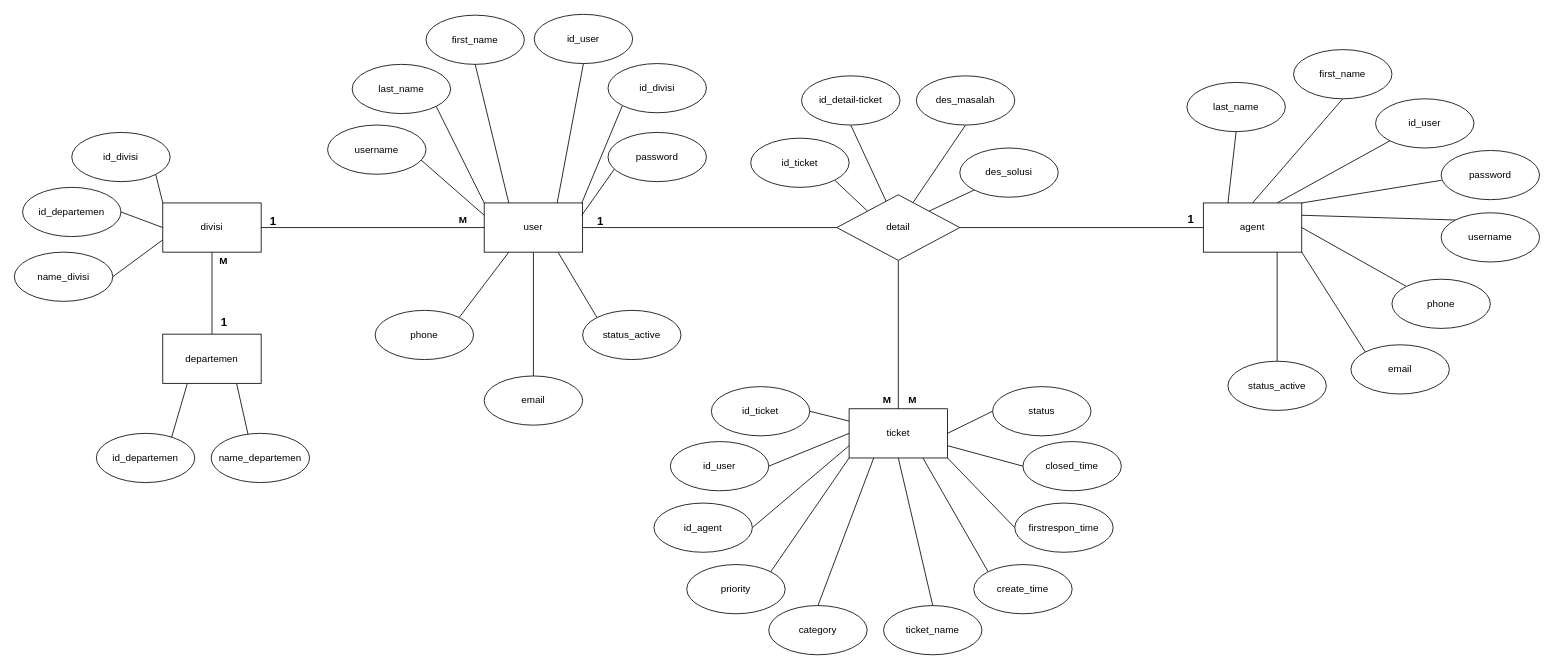
This is skripsi-erd.drawio from raflialkindhi/graph-save, a draw.io file, before an edit. Source tidied: cells renumbered, new cells numbered last; positions are measured from the earlier drawing's top-left corner, leaving out a move shared by most shapes. Both pictures are drawn from the tidied source at 82%, with x=0, y=0 at pixel (14, 14).
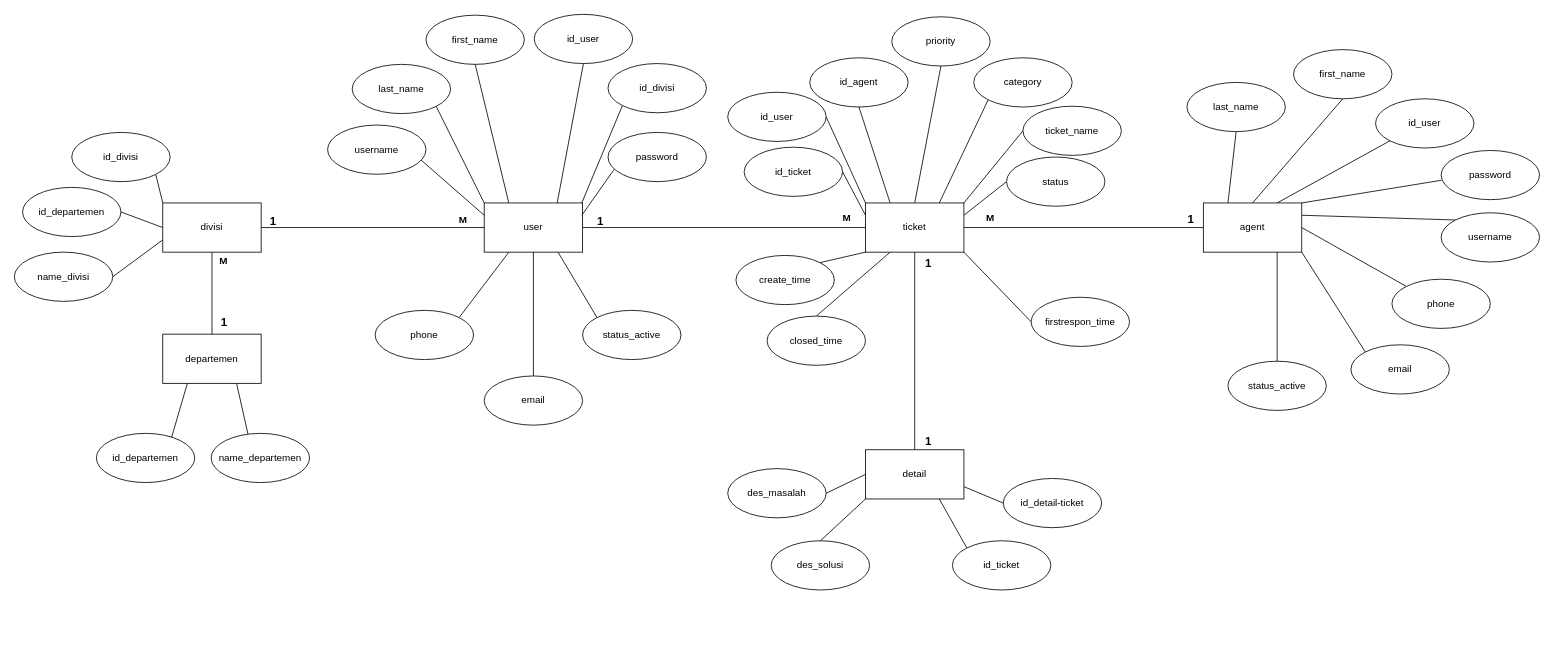
Above is the later version.

The change refers to these unchanged cells:
```xml
<mxCell id="9" value="user" style="rounded=0;whiteSpace=wrap;html=1;" parent="1" vertex="1">
  <mxGeometry x="573" y="230" width="120" height="60" as="geometry" />
</mxCell>
<mxCell id="69" value="agent" style="rounded=0;whiteSpace=wrap;html=1;" parent="1" vertex="1">
  <mxGeometry x="1450" y="230" width="120" height="60" as="geometry" />
</mxCell>
```

What changed in the source:
```diff
@@
-    <mxCell id="5" style="rounded=0;jettySize=auto;html=1;exitX=1;exitY=0.5;exitDx=0;exitDy=0;entryX=0;entryY=0.5;entryDx=0;entryDy=0;endArrow=none;endFill=0;" parent="1" edge="1" source="9" target="46">
+    <mxCell id="5" style="rounded=0;jettySize=auto;html=1;exitX=1;exitY=0.5;exitDx=0;exitDy=0;entryX=0;entryY=0.5;entryDx=0;entryDy=0;endArrow=none;endFill=0;" parent="1" edge="1" source="9" target="20">
       <mxGeometry relative="1" as="geometry" />
     </mxCell>
@@
-    <mxCell id="11" style="rounded=0;jettySize=auto;html=1;exitX=0;exitY=0.5;exitDx=0;exitDy=0;entryX=1;entryY=0.5;entryDx=0;entryDy=0;endArrow=none;endFill=0;" parent="1" edge="1" source="20" target="82">
+    <mxCell id="11" style="rounded=0;jettySize=auto;html=1;exitX=0;exitY=0;exitDx=0;exitDy=0;entryX=1;entryY=0.5;entryDx=0;entryDy=0;endArrow=none;endFill=0;" parent="1" edge="1" source="20" target="82">
       <mxGeometry relative="1" as="geometry" />
     </mxCell>
-    <mxCell id="12" style="rounded=0;jettySize=auto;html=1;exitX=0;exitY=0.75;exitDx=0;exitDy=0;entryX=1;entryY=0.5;entryDx=0;entryDy=0;endArrow=none;endFill=0;" parent="1" edge="1" source="20" target="83">
+    <mxCell id="12" style="rounded=0;jettySize=auto;html=1;exitX=0.25;exitY=0;exitDx=0;exitDy=0;entryX=0.5;entryY=1;entryDx=0;entryDy=0;endArrow=none;endFill=0;" parent="1" edge="1" source="20" target="83">
       <mxGeometry relative="1" as="geometry" />
     </mxCell>
-    <mxCell id="13" style="rounded=0;jettySize=auto;html=1;exitX=0;exitY=1;exitDx=0;exitDy=0;entryX=1;entryY=0;entryDx=0;entryDy=0;endArrow=none;endFill=0;" parent="1" edge="1" source="20" target="86">
+    <mxCell id="13" style="rounded=0;jettySize=auto;html=1;exitX=0.5;exitY=0;exitDx=0;exitDy=0;entryX=0.5;entryY=1;entryDx=0;entryDy=0;endArrow=none;endFill=0;" parent="1" edge="1" source="20" target="86">
       <mxGeometry relative="1" as="geometry" />
     </mxCell>
-    <mxCell id="14" style="rounded=0;jettySize=auto;html=1;exitX=0.25;exitY=1;exitDx=0;exitDy=0;entryX=0.5;entryY=0;entryDx=0;entryDy=0;endArrow=none;endFill=0;" parent="1" edge="1" source="20" target="87">
+    <mxCell id="14" style="rounded=0;jettySize=auto;html=1;exitX=0.75;exitY=0;exitDx=0;exitDy=0;entryX=0;entryY=1;entryDx=0;entryDy=0;endArrow=none;endFill=0;" parent="1" edge="1" source="20" target="87">
       <mxGeometry relative="1" as="geometry" />
     </mxCell>
-    <mxCell id="15" style="rounded=0;jettySize=auto;html=1;exitX=0.5;exitY=1;exitDx=0;exitDy=0;entryX=0.5;entryY=0;entryDx=0;entryDy=0;endArrow=none;endFill=0;" parent="1" edge="1" source="20" target="89">
+    <mxCell id="15" style="rounded=0;jettySize=auto;html=1;exitX=1;exitY=0;exitDx=0;exitDy=0;entryX=0;entryY=0.5;entryDx=0;entryDy=0;endArrow=none;endFill=0;" parent="1" edge="1" source="20" target="89">
       <mxGeometry relative="1" as="geometry" />
     </mxCell>
-    <mxCell id="16" style="rounded=0;jettySize=auto;html=1;exitX=0.75;exitY=1;exitDx=0;exitDy=0;entryX=0;entryY=0;entryDx=0;entryDy=0;endArrow=none;endFill=0;" parent="1" edge="1" source="20" target="90">
+    <mxCell id="16" style="rounded=0;jettySize=auto;html=1;exitX=0;exitY=1;exitDx=0;exitDy=0;entryX=1;entryY=0;entryDx=0;entryDy=0;endArrow=none;endFill=0;" parent="1" edge="1" source="20" target="90">
       <mxGeometry relative="1" as="geometry" />
     </mxCell>
@@
-    <mxCell id="18" style="rounded=0;jettySize=auto;html=1;exitX=1;exitY=0.75;exitDx=0;exitDy=0;entryX=0;entryY=0.5;entryDx=0;entryDy=0;endArrow=none;endFill=0;" parent="1" edge="1" source="20" target="92">
+    <mxCell id="18" style="rounded=0;jettySize=auto;html=1;exitX=0.25;exitY=1;exitDx=0;exitDy=0;entryX=0.5;entryY=0;entryDx=0;entryDy=0;endArrow=none;endFill=0;" parent="1" edge="1" source="20" target="92">
       <mxGeometry relative="1" as="geometry" />
     </mxCell>
-    <mxCell id="19" style="rounded=0;jettySize=auto;html=1;exitX=1;exitY=0.5;exitDx=0;exitDy=0;entryX=0;entryY=0.5;entryDx=0;entryDy=0;endArrow=none;endFill=0;" parent="1" edge="1" source="20" target="88">
+    <mxCell id="19" style="rounded=0;jettySize=auto;html=1;exitX=1;exitY=0.25;exitDx=0;exitDy=0;entryX=0;entryY=0.5;entryDx=0;entryDy=0;endArrow=none;endFill=0;" parent="1" edge="1" source="20" target="88">
       <mxGeometry relative="1" as="geometry" />
     </mxCell>
+    <mxCell id="101" style="rounded=0;jettySize=auto;html=1;exitX=0.5;exitY=1;exitDx=0;exitDy=0;entryX=0.5;entryY=0;entryDx=0;entryDy=0;endArrow=none;endFill=0;" parent="1" edge="1" source="20" target="46">
+      <mxGeometry relative="1" as="geometry" />
+    </mxCell>
     <mxCell id="20" value="ticket" style="rounded=0;whiteSpace=wrap;html=1;" parent="1" vertex="1">
-      <mxGeometry x="1018" y="481" width="120" height="60" as="geometry" />
+      <mxGeometry x="1038" y="230" width="120" height="60" as="geometry" />
     </mxCell>
@@
-    <mxCell id="41" style="rounded=0;jettySize=auto;html=1;exitX=1;exitY=0.5;exitDx=0;exitDy=0;entryX=0;entryY=0.5;entryDx=0;entryDy=0;endArrow=none;endFill=0;" parent="1" edge="1" source="46" target="69">
+    <mxCell id="41" style="rounded=0;jettySize=auto;html=1;exitX=1;exitY=0.5;exitDx=0;exitDy=0;entryX=0;entryY=0.5;entryDx=0;entryDy=0;endArrow=none;endFill=0;" parent="1" edge="1" source="20" target="69">
       <mxGeometry relative="1" as="geometry" />
     </mxCell>
-    <mxCell id="42" style="rounded=0;jettySize=auto;html=1;exitX=0.5;exitY=1;exitDx=0;exitDy=0;entryX=0.5;entryY=0;entryDx=0;entryDy=0;endArrow=none;endFill=0;" parent="1" edge="1" source="46" target="20">
-      <mxGeometry relative="1" as="geometry" />
-    </mxCell>
-    <mxCell id="43" style="rounded=0;jettySize=auto;html=1;exitX=0;exitY=0;exitDx=0;exitDy=0;entryX=1;entryY=1;entryDx=0;entryDy=0;endArrow=none;endFill=0;" parent="1" edge="1" source="46" target="70">
-      <mxGeometry relative="1" as="geometry" />
+    <mxCell id="43" style="rounded=0;orthogonalLoop=1;jettySize=auto;html=1;exitX=0;exitY=0;exitDx=0;exitDy=0;entryX=1;entryY=1;entryDx=0;entryDy=0;endArrow=none;endFill=0;" parent="1" edge="1">
+      <mxGeometry relative="1" as="geometry">
+        <mxPoint x="1040.5" y="240" as="sourcePoint" />
+      </mxGeometry>
     </mxCell>
-    <mxCell id="44" style="rounded=0;jettySize=auto;html=1;entryX=0.5;entryY=1;entryDx=0;entryDy=0;endArrow=none;endFill=0;" parent="1" edge="1" source="46" target="71">
-      <mxGeometry relative="1" as="geometry" />
+    <mxCell id="44" style="rounded=0;orthogonalLoop=1;jettySize=auto;html=1;entryX=0.5;entryY=1;entryDx=0;entryDy=0;endArrow=none;endFill=0;" parent="1" edge="1">
+      <mxGeometry relative="1" as="geometry">
+        <mxPoint x="1063.1" y="227.9" as="sourcePoint" />
+      </mxGeometry>
     </mxCell>
-    <mxCell id="45" style="rounded=0;jettySize=auto;html=1;exitX=0.609;exitY=0.149;exitDx=0;exitDy=0;entryX=0.5;entryY=1;entryDx=0;entryDy=0;endArrow=none;endFill=0;exitPerimeter=0;" parent="1" edge="1" source="46" target="72">
-      <mxGeometry relative="1" as="geometry" />
+    <mxCell id="45" style="rounded=0;orthogonalLoop=1;jettySize=auto;html=1;exitX=0.609;exitY=0.149;exitDx=0;exitDy=0;entryX=0.5;entryY=1;entryDx=0;entryDy=0;endArrow=none;endFill=0;exitPerimeter=0;" parent="1" edge="1">
+      <mxGeometry relative="1" as="geometry">
+        <mxPoint x="1094.3" y="231.9" as="sourcePoint" />
+      </mxGeometry>
     </mxCell>
-    <mxCell id="46" value="detail" style="rhombus;whiteSpace=wrap;html=1;" parent="1" vertex="1">
-      <mxGeometry x="1003" y="220" width="150" height="80" as="geometry" />
-    </mxCell>
@@
-    <mxCell id="70" value="id_ticket" style="ellipse;whiteSpace=wrap;html=1;" parent="1" vertex="1">
-      <mxGeometry x="898" y="151" width="120" height="60" as="geometry" />
-    </mxCell>
-    <mxCell id="71" value="id_detail-ticket" style="ellipse;whiteSpace=wrap;html=1;" parent="1" vertex="1">
-      <mxGeometry x="960" y="75" width="120" height="60" as="geometry" />
-    </mxCell>
-    <mxCell id="72" value="des_masalah" style="ellipse;whiteSpace=wrap;html=1;" parent="1" vertex="1">
-      <mxGeometry x="1100" y="75" width="120" height="60" as="geometry" />
-    </mxCell>
@@
     <mxCell id="81" value="id_ticket" style="ellipse;whiteSpace=wrap;html=1;" parent="1" vertex="1">
-      <mxGeometry x="850" y="454" width="120" height="60" as="geometry" />
+      <mxGeometry x="890" y="162" width="120" height="60" as="geometry" />
     </mxCell>
     <mxCell id="82" value="id_user" style="ellipse;whiteSpace=wrap;html=1;" parent="1" vertex="1">
-      <mxGeometry x="800" y="521" width="120" height="60" as="geometry" />
+      <mxGeometry x="870" y="95" width="120" height="60" as="geometry" />
     </mxCell>
     <mxCell id="83" value="id_agent" style="ellipse;whiteSpace=wrap;html=1;" parent="1" vertex="1">
-      <mxGeometry x="780" y="596" width="120" height="60" as="geometry" />
+      <mxGeometry x="970" y="53" width="120" height="60" as="geometry" />
     </mxCell>
-    <mxCell id="84" style="rounded=0;jettySize=auto;html=1;exitX=0;exitY=1;exitDx=0;exitDy=0;entryX=1;entryY=0;entryDx=0;entryDy=0;endArrow=none;endFill=0;" parent="1" edge="1" source="85" target="46">
-      <mxGeometry relative="1" as="geometry" />
+    <mxCell id="84" style="rounded=0;orthogonalLoop=1;jettySize=auto;html=1;exitX=0;exitY=1;exitDx=0;exitDy=0;entryX=1;entryY=0;entryDx=0;entryDy=0;endArrow=none;endFill=0;" parent="1" edge="1">
+      <mxGeometry relative="1" as="geometry">
+        <mxPoint x="1115.5" y="240" as="targetPoint" />
+      </mxGeometry>
     </mxCell>
-    <mxCell id="85" value="des_solusi" style="ellipse;whiteSpace=wrap;html=1;" parent="1" vertex="1">
-      <mxGeometry x="1153" y="163" width="120" height="60" as="geometry" />
-    </mxCell>
     <mxCell id="86" value="priority" style="ellipse;whiteSpace=wrap;html=1;" parent="1" vertex="1">
-      <mxGeometry x="820" y="671" width="120" height="60" as="geometry" />
+      <mxGeometry x="1070" y="3" width="120" height="60" as="geometry" />
     </mxCell>
     <mxCell id="87" value="category" style="ellipse;whiteSpace=wrap;html=1;" parent="1" vertex="1">
-      <mxGeometry x="920" y="721" width="120" height="60" as="geometry" />
+      <mxGeometry x="1170" y="53" width="120" height="60" as="geometry" />
     </mxCell>
     <mxCell id="88" value="status" style="ellipse;whiteSpace=wrap;html=1;" parent="1" vertex="1">
-      <mxGeometry x="1193" y="454" width="120" height="60" as="geometry" />
+      <mxGeometry x="1210" y="174" width="120" height="60" as="geometry" />
     </mxCell>
     <mxCell id="89" value="ticket_name" style="ellipse;whiteSpace=wrap;html=1;" parent="1" vertex="1">
-      <mxGeometry x="1060" y="721" width="120" height="60" as="geometry" />
+      <mxGeometry x="1230" y="112" width="120" height="60" as="geometry" />
     </mxCell>
     <mxCell id="90" value="create_time" style="ellipse;whiteSpace=wrap;html=1;" parent="1" vertex="1">
-      <mxGeometry x="1170" y="671" width="120" height="60" as="geometry" />
+      <mxGeometry x="880" y="294" width="120" height="60" as="geometry" />
     </mxCell>
     <mxCell id="91" value="firstrespon_time" style="ellipse;whiteSpace=wrap;html=1;" parent="1" vertex="1">
-      <mxGeometry x="1220" y="596" width="120" height="60" as="geometry" />
+      <mxGeometry x="1240" y="345" width="120" height="60" as="geometry" />
     </mxCell>
     <mxCell id="92" value="closed_time" style="ellipse;whiteSpace=wrap;html=1;" parent="1" vertex="1">
-      <mxGeometry x="1230" y="521" width="120" height="60" as="geometry" />
+      <mxGeometry x="918" y="368" width="120" height="60" as="geometry" />
     </mxCell>
@@
-    <mxCell id="97" value="&lt;b&gt;M&lt;/b&gt;" style="text;html=1;strokeColor=none;fillColor=none;align=center;verticalAlign=middle;whiteSpace=wrap;rounded=0;" parent="1" vertex="1">
-      <mxGeometry x="1049" y="459" width="31" height="22" as="geometry" />
-    </mxCell>
-    <mxCell id="98" value="&lt;b&gt;M&lt;/b&gt;" style="text;html=1;strokeColor=none;fillColor=none;align=center;verticalAlign=middle;whiteSpace=wrap;rounded=0;" parent="1" vertex="1">
-      <mxGeometry x="1080" y="459" width="31" height="22" as="geometry" />
-    </mxCell>
@@
+    <mxCell id="70" value="id_ticket" style="ellipse;whiteSpace=wrap;html=1;" parent="1" vertex="1">
+      <mxGeometry x="1144" y="642" width="120" height="60" as="geometry" />
+    </mxCell>
+    <mxCell id="71" value="id_detail-ticket" style="ellipse;whiteSpace=wrap;html=1;" parent="1" vertex="1">
+      <mxGeometry x="1206" y="566" width="120" height="60" as="geometry" />
+    </mxCell>
+    <mxCell id="72" value="des_masalah" style="ellipse;whiteSpace=wrap;html=1;" parent="1" vertex="1">
+      <mxGeometry x="870" y="554" width="120" height="60" as="geometry" />
+    </mxCell>
+    <mxCell id="85" value="des_solusi" style="ellipse;whiteSpace=wrap;html=1;" parent="1" vertex="1">
+      <mxGeometry x="923" y="642" width="120" height="60" as="geometry" />
+    </mxCell>
+    <mxCell id="102" style="rounded=0;jettySize=auto;html=1;exitX=0;exitY=0.5;exitDx=0;exitDy=0;entryX=1;entryY=0.5;entryDx=0;entryDy=0;endArrow=none;endFill=0;" parent="1" edge="1" source="46" target="72">
+      <mxGeometry relative="1" as="geometry" />
+    </mxCell>
+    <mxCell id="103" style="rounded=0;jettySize=auto;html=1;exitX=0;exitY=1;exitDx=0;exitDy=0;entryX=0.5;entryY=0;entryDx=0;entryDy=0;endArrow=none;endFill=0;" parent="1" edge="1" source="46" target="85">
+      <mxGeometry relative="1" as="geometry" />
+    </mxCell>
+    <mxCell id="104" style="rounded=0;jettySize=auto;html=1;exitX=0.75;exitY=1;exitDx=0;exitDy=0;entryX=0;entryY=0;entryDx=0;entryDy=0;endArrow=none;endFill=0;" parent="1" edge="1" source="46" target="70">
+      <mxGeometry relative="1" as="geometry" />
+    </mxCell>
+    <mxCell id="105" style="rounded=0;jettySize=auto;html=1;exitX=1;exitY=0.75;exitDx=0;exitDy=0;entryX=0;entryY=0.5;entryDx=0;entryDy=0;endArrow=none;endFill=0;" parent="1" edge="1" source="46" target="71">
+      <mxGeometry relative="1" as="geometry" />
+    </mxCell>
+    <mxCell id="46" value="detail" style="rounded=0;whiteSpace=wrap;html=1;" parent="1" vertex="1">
+      <mxGeometry x="1038" y="531" width="120" height="60" as="geometry" />
+    </mxCell>
+    <mxCell id="106" value="&lt;b&gt;M&lt;/b&gt;" style="text;html=1;strokeColor=none;fillColor=none;align=center;verticalAlign=middle;whiteSpace=wrap;rounded=0;" parent="1" vertex="1">
+      <mxGeometry x="1000" y="238" width="31" height="22" as="geometry" />
+    </mxCell>
+    <mxCell id="107" value="&lt;b&gt;M&lt;/b&gt;" style="text;html=1;strokeColor=none;fillColor=none;align=center;verticalAlign=middle;whiteSpace=wrap;rounded=0;" parent="1" vertex="1">
+      <mxGeometry x="1175" y="238" width="31" height="22" as="geometry" />
+    </mxCell>
+    <mxCell id="108" value="&lt;b&gt;&lt;font style=&quot;font-size: 14px;&quot;&gt;1&lt;/font&gt;&lt;/b&gt;" style="text;html=1;strokeColor=none;fillColor=none;align=center;verticalAlign=middle;whiteSpace=wrap;rounded=0;" parent="1" vertex="1">
+      <mxGeometry x="1100" y="294" width="30" height="20" as="geometry" />
+    </mxCell>
+    <mxCell id="109" value="&lt;b&gt;&lt;font style=&quot;font-size: 14px;&quot;&gt;1&lt;/font&gt;&lt;/b&gt;" style="text;html=1;strokeColor=none;fillColor=none;align=center;verticalAlign=middle;whiteSpace=wrap;rounded=0;" parent="1" vertex="1">
+      <mxGeometry x="1100" y="511" width="30" height="20" as="geometry" />
+    </mxCell>
```
